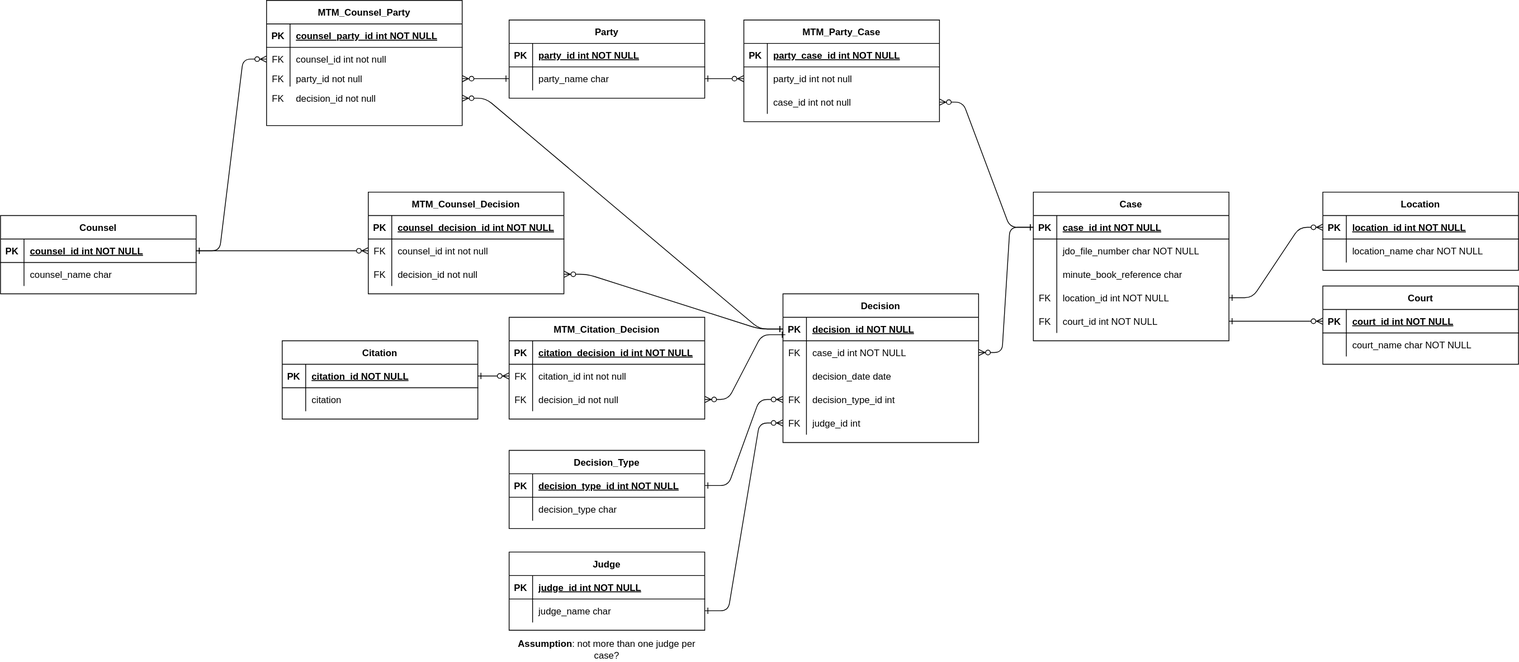
engleangs/datathon keeps this draw.io diagram as docs/Datathon-SQL-ERD.svg. Above is the earlier version. Source tidied: cells renumbered, new cells last; positions are measured from the earlier drawing's top-left corner, leaving out a move shared by most shapes.
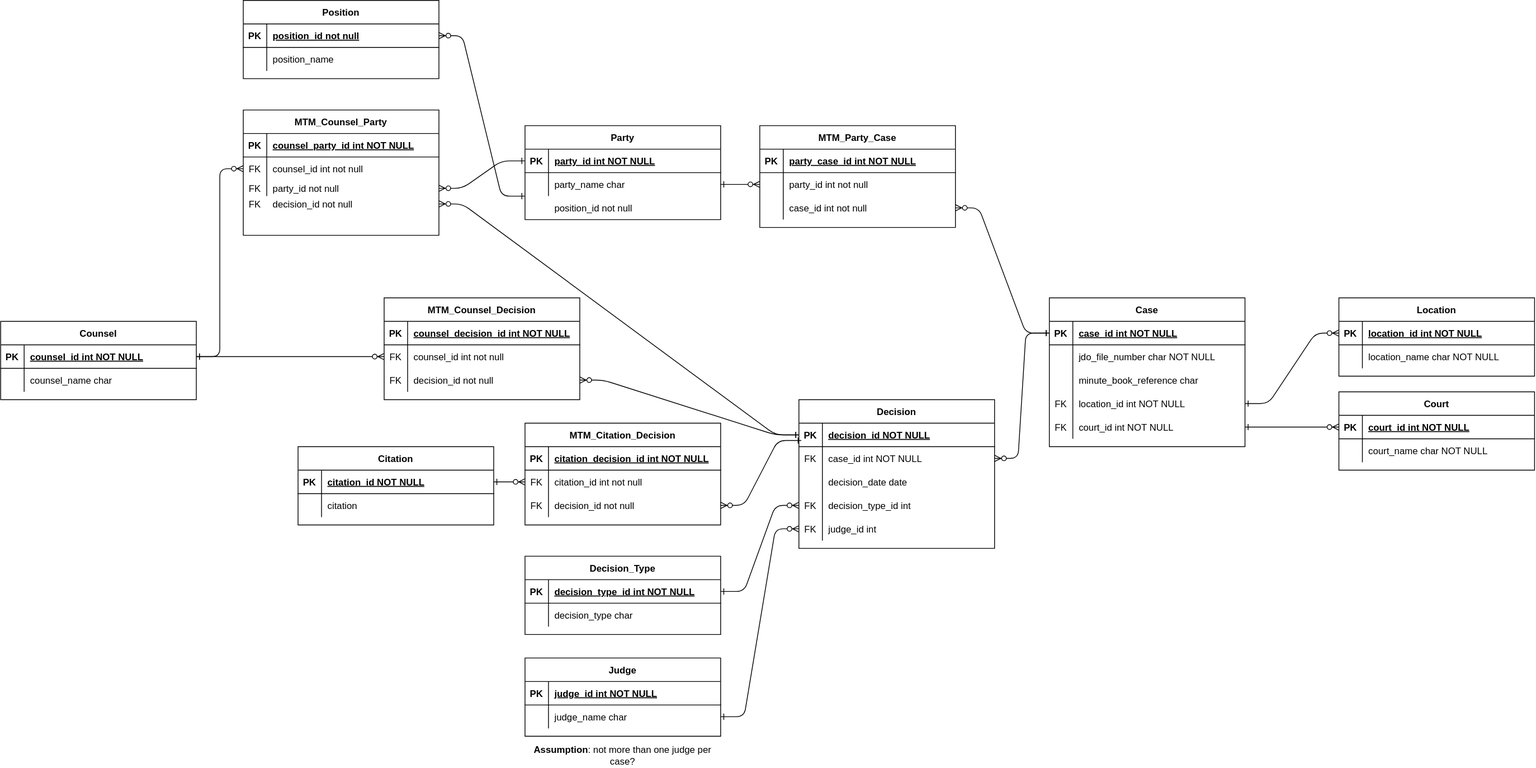
After the change.

Commit message:
Added Position table

Diff of the diagram source:
```diff
@@ -174,7 +174,7 @@
       <mxGeometry relative="1" as="geometry" />
     </mxCell>
     <mxCell id="59" value="Counsel" style="shape=table;startSize=30;rowLines=0;fontStyle=1;align=center;" parent="1" vertex="1">
-      <mxGeometry y="275" width="250" height="100" as="geometry" />
+      <mxGeometry x="-20" y="275" width="250" height="100" as="geometry" />
     </mxCell>
     <mxCell id="60" style="shape=partialRectangle;fillColor=none;points=[[0,0.5],[1,0.5]];portConstraint=eastwest;top=0;left=0;right=0;bottom=1;" parent="59" vertex="1">
       <mxGeometry y="30" width="250" height="30" as="geometry" />
@@ -315,7 +315,7 @@
       <mxGeometry x="650" y="815" width="250" height="30" as="geometry" />
     </mxCell>
     <mxCell id="106" value="Party" style="shape=table;startSize=30;rowLines=0;fontStyle=1;align=center;" parent="1" vertex="1">
-      <mxGeometry x="650" y="25" width="250" height="100" as="geometry" />
+      <mxGeometry x="650" y="25" width="250" height="120" as="geometry" />
     </mxCell>
     <mxCell id="107" style="shape=partialRectangle;fillColor=none;points=[[0,0.5],[1,0.5]];portConstraint=eastwest;top=0;left=0;right=0;bottom=1;" parent="106" vertex="1">
       <mxGeometry y="30" width="250" height="30" as="geometry" />
@@ -372,7 +372,7 @@
       <mxGeometry relative="1" as="geometry" />
     </mxCell>
     <mxCell id="125" value="MTM_Counsel_Party" style="shape=table;startSize=30;rowLines=0;fontStyle=1;align=center;" parent="1" vertex="1">
-      <mxGeometry x="340" width="250" height="160" as="geometry" />
+      <mxGeometry x="290" y="5" width="250" height="160" as="geometry" />
     </mxCell>
     <mxCell id="126" style="shape=partialRectangle;fillColor=none;top=0;left=0;right=0;bottom=1;" parent="125" vertex="1">
       <mxGeometry y="30" width="250" height="30" as="geometry" />
@@ -401,14 +401,14 @@
     <mxCell id="134" value="party_id not null" style="shape=partialRectangle;overflow=hidden;fillColor=none;top=0;left=0;bottom=0;right=0;align=left;spacingLeft=6;" parent="132" vertex="1">
       <mxGeometry x="30" width="220" height="20" as="geometry" />
     </mxCell>
-    <mxCell id="135" style="edgeStyle=entityRelationEdgeStyle;endArrow=ERzeroToMany;startArrow=ERone;endFill=1;startFill=0;exitX=0;exitY=0.75;exitDx=0;exitDy=0;entryX=1;entryY=0.5;entryDx=0;entryDy=0;" parent="1" edge="1" source="106" target="132">
+    <mxCell id="135" style="edgeStyle=entityRelationEdgeStyle;endArrow=ERzeroToMany;startArrow=ERone;endFill=1;startFill=0;entryX=1;entryY=0.5;entryDx=0;entryDy=0;exitX=0;exitY=0.5;exitDx=0;exitDy=0;" parent="1" edge="1" source="107" target="132">
       <mxGeometry relative="1" as="geometry" />
     </mxCell>
     <mxCell id="136" style="edgeStyle=entityRelationEdgeStyle;endArrow=ERzeroToMany;startArrow=ERone;endFill=1;startFill=0;exitX=1;exitY=0.5;exitDx=0;exitDy=0;entryX=0;entryY=0.5;entryDx=0;entryDy=0;" parent="1" edge="1" source="60" target="129">
       <mxGeometry relative="1" as="geometry" />
     </mxCell>
     <mxCell id="137" style="shape=partialRectangle;fillColor=none;points=[[0,0.5],[1,0.5]];portConstraint=eastwest;top=0;left=0;right=0;bottom=0;" parent="1" vertex="1">
-      <mxGeometry x="340" y="115" width="250" height="20" as="geometry" />
+      <mxGeometry x="290" y="115" width="250" height="20" as="geometry" />
     </mxCell>
     <mxCell id="138" value="FK" style="shape=partialRectangle;overflow=hidden;fillColor=none;top=0;left=0;bottom=0;right=0;" parent="137" vertex="1">
       <mxGeometry width="30" height="20" as="geometry" />
@@ -416,8 +416,35 @@
     <mxCell id="139" value="decision_id not null" style="shape=partialRectangle;overflow=hidden;fillColor=none;top=0;left=0;bottom=0;right=0;align=left;spacingLeft=6;" parent="137" vertex="1">
       <mxGeometry x="30" width="220" height="20" as="geometry" />
     </mxCell>
-    <mxCell id="140" style="edgeStyle=entityRelationEdgeStyle;endArrow=ERzeroToMany;startArrow=ERone;endFill=1;startFill=0;exitX=0;exitY=0.5;exitDx=0;exitDy=0;entryX=1;entryY=0.5;entryDx=0;entryDy=0;" parent="1" edge="1" source="28" target="137">
+    <mxCell id="140" style="edgeStyle=entityRelationEdgeStyle;endArrow=ERzeroToMany;startArrow=ERone;endFill=1;startFill=0;exitX=0;exitY=0.5;exitDx=0;exitDy=0;" parent="1" edge="1" source="28" target="137">
       <mxGeometry relative="1" as="geometry" />
     </mxCell>
+    <mxCell id="141" value="position_id not null" style="shape=partialRectangle;overflow=hidden;fillColor=none;top=0;left=0;bottom=0;right=0;align=left;spacingLeft=6;" parent="1" vertex="1">
+      <mxGeometry x="680" y="115" width="220" height="30" as="geometry" />
+    </mxCell>
+    <mxCell id="142" value="Position" style="shape=table;startSize=30;rowLines=0;fontStyle=1;align=center;" parent="1" vertex="1">
+      <mxGeometry x="290" y="-135" width="250" height="100" as="geometry" />
+    </mxCell>
+    <mxCell id="143" style="shape=partialRectangle;fillColor=none;points=[[0,0.5],[1,0.5]];portConstraint=eastwest;top=0;left=0;right=0;bottom=1;" parent="142" vertex="1">
+      <mxGeometry y="30" width="250" height="30" as="geometry" />
+    </mxCell>
+    <mxCell id="144" value="PK" style="shape=partialRectangle;overflow=hidden;fillColor=none;top=0;left=0;bottom=0;right=0;fontStyle=1;" parent="143" vertex="1">
+      <mxGeometry width="30" height="30" as="geometry" />
+    </mxCell>
+    <mxCell id="145" value="position_id not null" style="shape=partialRectangle;overflow=hidden;fillColor=none;top=0;left=0;bottom=0;right=0;align=left;spacingLeft=6;fontStyle=5;" parent="143" vertex="1">
+      <mxGeometry x="30" width="220" height="30" as="geometry" />
+    </mxCell>
+    <mxCell id="146" style="shape=partialRectangle;fillColor=none;top=0;left=0;right=0;bottom=0;" parent="142" vertex="1">
+      <mxGeometry y="60" width="250" height="30" as="geometry" />
+    </mxCell>
+    <mxCell id="147" style="shape=partialRectangle;overflow=hidden;fillColor=none;top=0;left=0;bottom=0;right=0;" parent="146" vertex="1">
+      <mxGeometry width="30" height="30" as="geometry" />
+    </mxCell>
+    <mxCell id="148" value="position_name" style="shape=partialRectangle;overflow=hidden;fillColor=none;top=0;left=0;bottom=0;right=0;align=left;spacingLeft=6;" parent="146" vertex="1">
+      <mxGeometry x="30" width="220" height="30" as="geometry" />
+    </mxCell>
+    <mxCell id="149" style="edgeStyle=entityRelationEdgeStyle;endArrow=ERzeroToMany;startArrow=ERone;endFill=1;startFill=0;exitX=0;exitY=0.75;exitDx=0;exitDy=0;entryX=1;entryY=0.5;entryDx=0;entryDy=0;" parent="1" edge="1" source="106" target="143">
+      <mxGeometry relative="1" as="geometry" />
+    </mxCell>
   </root>
 </mxGraphModel>
```
